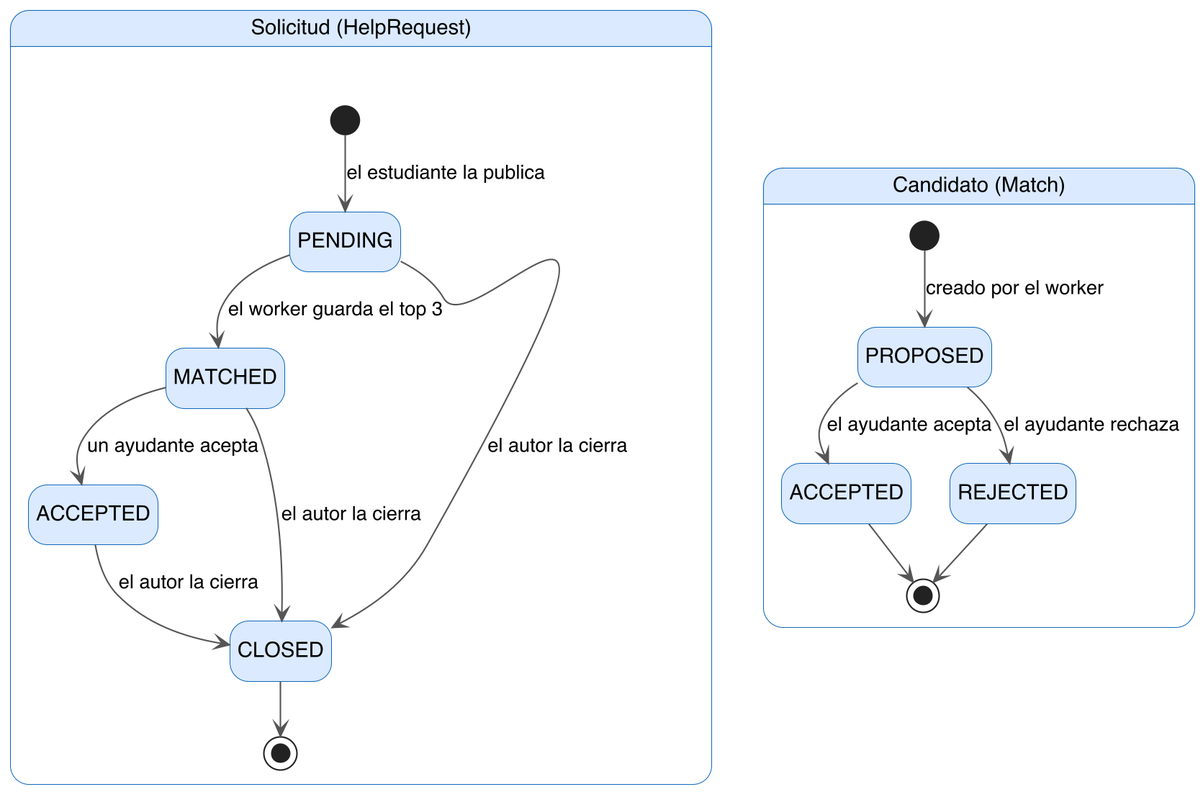
Above: docs/arquitectura/img/11-estados.png in juanjosegl/RedNexus-Platform (PlantUML), before the change. Source of this version:
```plantuml
@startuml 11-estados
skinparam dpi 200
skinparam defaultFontName "Helvetica"
skinparam shadowing false
skinparam LegendBackgroundColor #ffffff
skinparam LegendBorderColor #999999
hide empty description
skinparam state {
  BackgroundColor #dbeafe
  BorderColor #1168bd
  ArrowColor #555555
}

state "Solicitud (HelpRequest)" as Sol {
  state PENDING
  state MATCHED
  state ACCEPTED
  state CLOSED
  [*] --> PENDING : el estudiante la publica
  PENDING --> MATCHED : el worker guarda el top 3
  MATCHED --> ACCEPTED : un ayudante acepta
  PENDING --> CLOSED : el autor la cierra
  MATCHED --> CLOSED : el autor la cierra
  ACCEPTED --> CLOSED : el autor la cierra
  CLOSED --> [*]
}

state "Candidato (Match)" as Mat {
  state PROPOSED
  state "ACCEPTED" as MACC
  state REJECTED
  [*] --> PROPOSED : creado por el worker
  PROPOSED --> MACC : el ayudante acepta
  PROPOSED --> REJECTED : el ayudante rechaza
  MACC --> [*]
  REJECTED --> [*]
}

Sol -[hidden]right-> Mat
@enduml
```
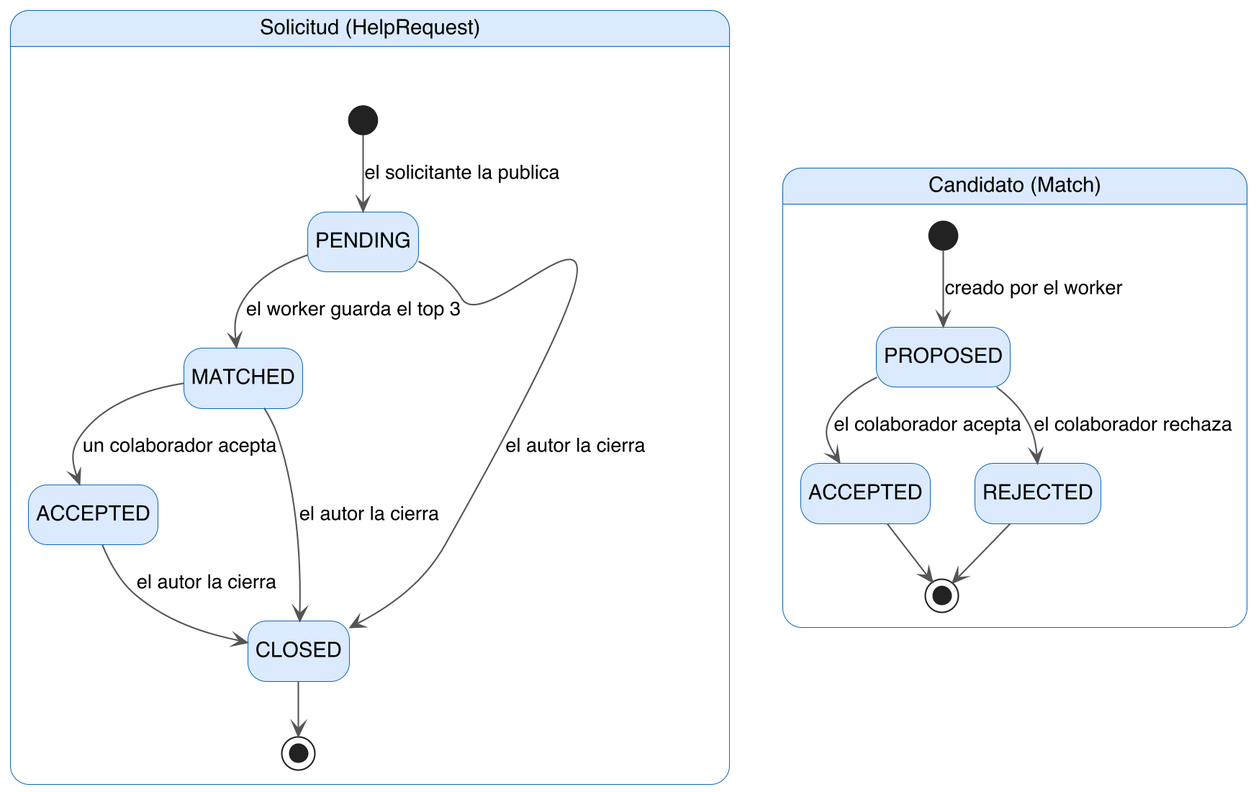
Above is the later version.

Change to the diagram source:
```diff
@@ -16,9 +16,9 @@
   state MATCHED
   state ACCEPTED
   state CLOSED
-  [*] --> PENDING : el estudiante la publica
+  [*] --> PENDING : el solicitante la publica
   PENDING --> MATCHED : el worker guarda el top 3
-  MATCHED --> ACCEPTED : un ayudante acepta
+  MATCHED --> ACCEPTED : un colaborador acepta
   PENDING --> CLOSED : el autor la cierra
   MATCHED --> CLOSED : el autor la cierra
   ACCEPTED --> CLOSED : el autor la cierra
@@ -30,8 +30,8 @@
   state "ACCEPTED" as MACC
   state REJECTED
   [*] --> PROPOSED : creado por el worker
-  PROPOSED --> MACC : el ayudante acepta
-  PROPOSED --> REJECTED : el ayudante rechaza
+  PROPOSED --> MACC : el colaborador acepta
+  PROPOSED --> REJECTED : el colaborador rechaza
   MACC --> [*]
   REJECTED --> [*]
 }
```
